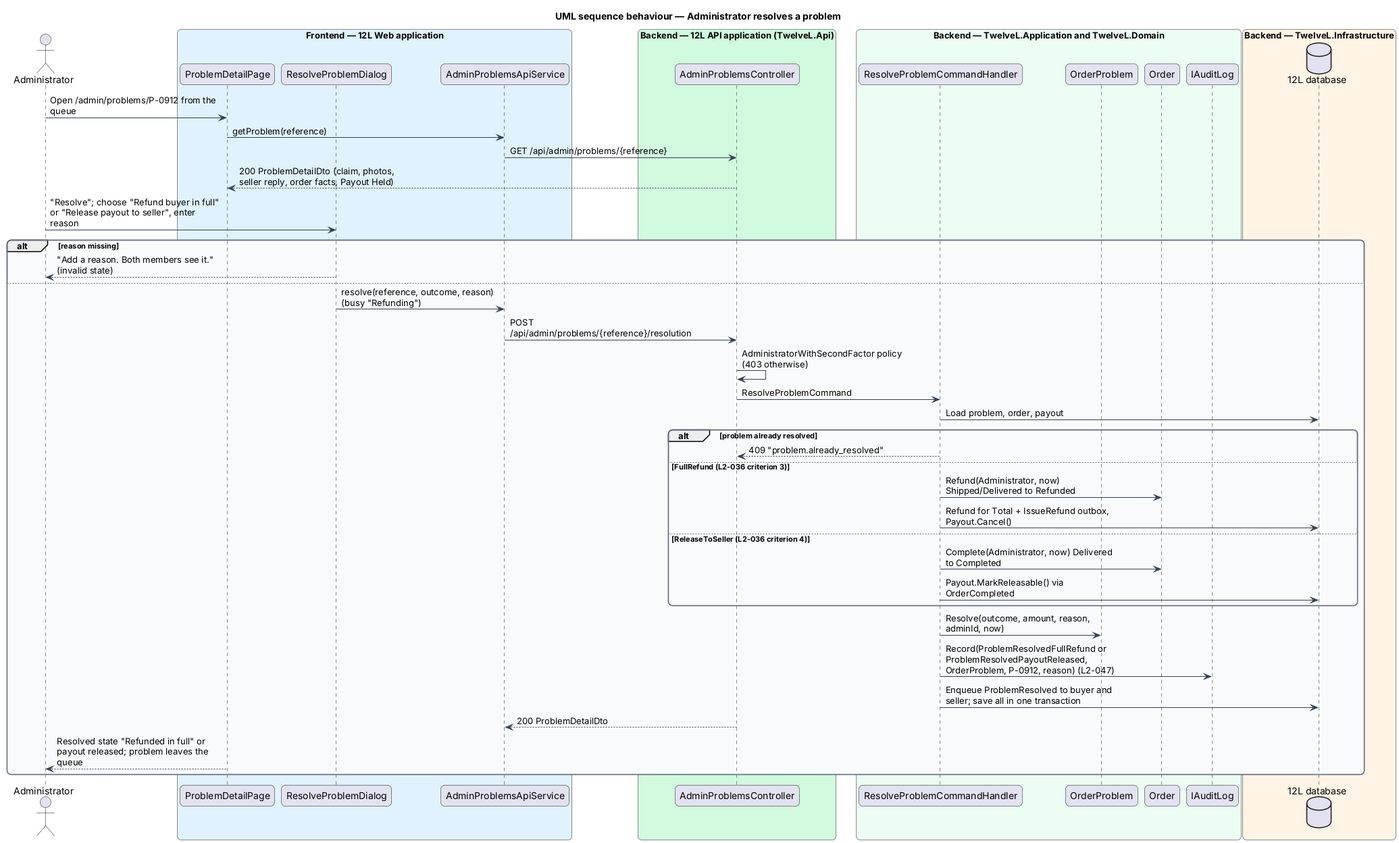
Above: docs/detailed-designs/orders/resolve-order-problems/diagrams/sequence-resolve-problem.png in QuinntyneBrown/12l (PlantUML), before the change.
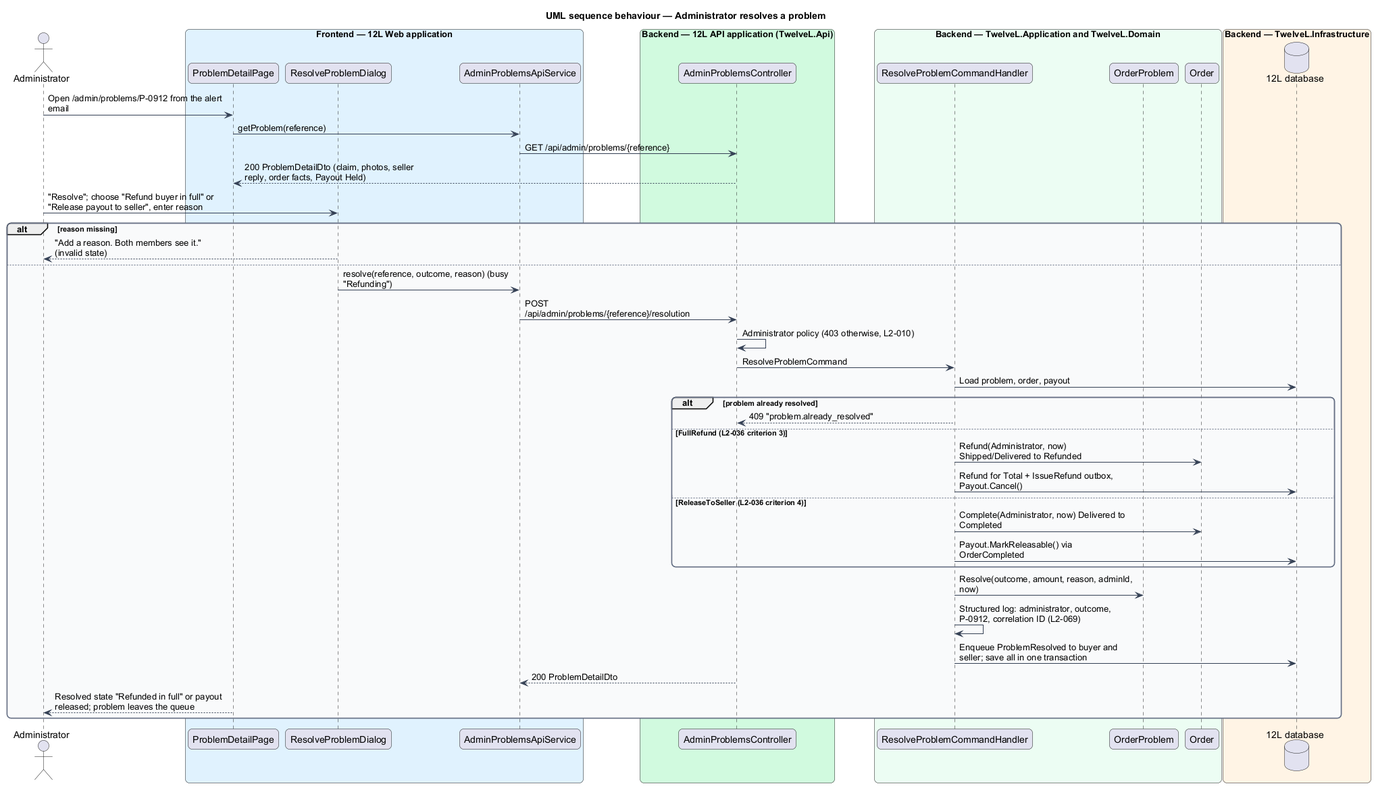
The same diagram one commit later.

Diff of the diagram source:
```diff
@@ -29,12 +29,11 @@
   participant "ResolveProblemCommandHandler" as h
   participant "OrderProblem" as prob
   participant "Order" as order
-  participant "IAuditLog" as audit
 end box
 box "Backend — TwelveL.Infrastructure" #FFF4E5
   database "12L database" as db
 end box
-actor -> page : Open /admin/problems/P-0912 from the queue
+actor -> page : Open /admin/problems/P-0912 from the alert email
 page -> client : getProblem(reference)
 client -> ctrl : GET /api/admin/problems/{reference}
 ctrl --> page : 200 ProblemDetailDto (claim, photos, seller reply, order facts, Payout Held)
@@ -44,7 +43,7 @@
 else
   dlg -> client : resolve(reference, outcome, reason) (busy "Refunding")
   client -> ctrl : POST /api/admin/problems/{reference}/resolution
-  ctrl -> ctrl : AdministratorWithSecondFactor policy (403 otherwise)
+  ctrl -> ctrl : Administrator policy (403 otherwise, L2-010)
   ctrl -> h : ResolveProblemCommand
   h -> db : Load problem, order, payout
   alt problem already resolved
@@ -57,7 +56,7 @@
     h -> db : Payout.MarkReleasable() via OrderCompleted
   end
   h -> prob : Resolve(outcome, amount, reason, adminId, now)
-  h -> audit : Record(ProblemResolvedFullRefund or ProblemResolvedPayoutReleased, OrderProblem, P-0912, reason) (L2-047)
+  h -> h : Structured log: administrator, outcome, P-0912, correlation ID (L2-069)
   h -> db : Enqueue ProblemResolved to buyer and seller; save all in one transaction
   ctrl --> client : 200 ProblemDetailDto
   page --> actor : Resolved state "Refunded in full" or payout released; problem leaves the queue
```
